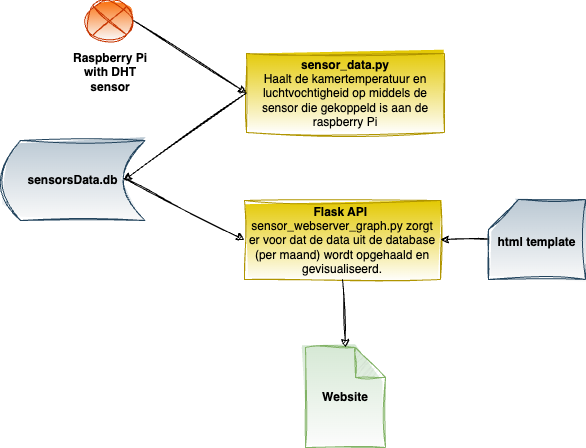
Before: img/setup.png, a diagram exported from draw.io (Nelleke20/service.sensor-data). Source tidied: cells renumbered, new cells last; positions are measured from the earlier drawing's top-left corner, leaving out a move shared by most shapes.
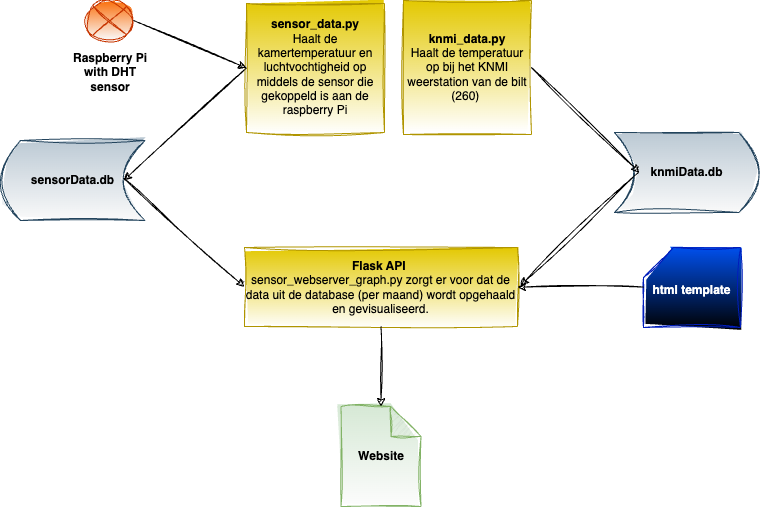
After the commit.

Change to the diagram source:
```diff
@@ -3,19 +3,19 @@
     <mxCell id="0" />
     <mxCell id="1" parent="0" />
     <mxCell id="2" value="&lt;b&gt;sensor_data.py&lt;/b&gt;&lt;br&gt;Haalt de kamertemperatuur en luchtvochtigheid op middels de sensor die gekoppeld is aan de raspberry Pi" style="rounded=0;whiteSpace=wrap;html=1;sketch=1;hachureGap=4;jiggle=2;curveFitting=1;fontFamily=Helvetica;fontSize=12;fillColor=#e3c800;strokeColor=#B09500;fontColor=#000000;gradientColor=#FFFFFF;" parent="1" vertex="1">
-      <mxGeometry x="246" y="53" width="198" height="79" as="geometry" />
+      <mxGeometry x="189" y="3" width="138" height="129" as="geometry" />
     </mxCell>
     <mxCell id="3" style="endArrow=classic;html=1;sketch=1;hachureGap=4;jiggle=2;curveFitting=1;fontFamily=Architects Daughter;fontSource=https%3A%2F%2Ffonts.googleapis.com%2Fcss%3Ffamily%3DArchitects%2BDaughter;fontSize=12;exitX=0;exitY=0.5;exitDx=0;exitDy=0;entryX=0.852;entryY=0.5;entryDx=0;entryDy=0;entryPerimeter=0;" parent="1" edge="1" source="2" target="4">
       <mxGeometry relative="1" as="geometry" />
     </mxCell>
-    <mxCell id="4" value="sensorsData.db" style="shape=dataStorage;whiteSpace=wrap;html=1;fixedSize=1;sketch=1;hachureGap=4;jiggle=2;curveFitting=1;fontFamily=Helvetica;fontSize=12;fillColor=#bac8d3;strokeColor=#23445d;fontStyle=1;gradientColor=#FAFAFA;" parent="1" vertex="1">
-      <mxGeometry y="140" width="144.5" height="80" as="geometry" />
+    <mxCell id="4" value="sensorData.db" style="shape=dataStorage;whiteSpace=wrap;html=1;fixedSize=1;sketch=1;hachureGap=4;jiggle=2;curveFitting=1;fontFamily=Helvetica;fontSize=12;fillColor=#bac8d3;strokeColor=#23445d;fontStyle=1;gradientColor=#FAFAFA;" parent="1" vertex="1">
+      <mxGeometry x="-57" y="140" width="144.5" height="80" as="geometry" />
     </mxCell>
     <mxCell id="5" style="shape=sumEllipse;perimeter=ellipsePerimeter;whiteSpace=wrap;html=1;backgroundOutline=1;sketch=1;hachureGap=4;jiggle=2;curveFitting=1;fontFamily=Helvetica;fontSize=12;fillColor=#fa6800;strokeColor=#C73500;fontColor=#000000;gradientColor=#FAFAFA;" parent="1" vertex="1">
-      <mxGeometry x="86" width="47" height="40" as="geometry" />
+      <mxGeometry x="29" width="47" height="40" as="geometry" />
     </mxCell>
     <mxCell id="6" value="Raspberry Pi with DHT sensor" style="text;html=1;strokeColor=none;fillColor=none;align=center;verticalAlign=middle;whiteSpace=wrap;rounded=0;sketch=1;hachureGap=4;jiggle=2;curveFitting=1;fontFamily=Helvetica;fontSize=12;fontStyle=1;" parent="1" vertex="1">
-      <mxGeometry x="69.5" y="57" width="80" height="30" as="geometry" />
+      <mxGeometry x="12.5" y="57" width="80" height="30" as="geometry" />
     </mxCell>
     <mxCell id="7" style="endArrow=classic;html=1;sketch=1;hachureGap=4;jiggle=2;curveFitting=1;fontFamily=Architects Daughter;fontSource=https%3A%2F%2Ffonts.googleapis.com%2Fcss%3Ffamily%3DArchitects%2BDaughter;fontSize=12;exitX=1;exitY=0.5;exitDx=0;exitDy=0;entryX=0;entryY=0.5;entryDx=0;entryDy=0;" parent="1" edge="1" source="5" target="2">
       <mxGeometry relative="1" as="geometry" />
@@ -24,21 +24,36 @@
       <mxGeometry relative="1" as="geometry" />
     </mxCell>
     <mxCell id="9" value="&lt;b&gt;Flask API&amp;nbsp;&lt;/b&gt;&lt;br&gt;sensor_webserver_graph.py zorgt er voor dat de data uit de database (per maand) wordt opgehaald en gevisualiseerd." style="rounded=0;whiteSpace=wrap;html=1;sketch=1;hachureGap=4;jiggle=2;curveFitting=1;fontFamily=Helvetica;fontSize=12;fillColor=#e3c800;strokeColor=#B09500;fontColor=#000000;gradientColor=#ffffff;" parent="1" vertex="1">
-      <mxGeometry x="244" y="200" width="196" height="79" as="geometry" />
+      <mxGeometry x="187" y="247" width="273" height="79" as="geometry" />
     </mxCell>
     <mxCell id="10" value="Website" style="shape=note;whiteSpace=wrap;html=1;backgroundOutline=1;darkOpacity=0.05;sketch=1;hachureGap=4;jiggle=2;curveFitting=1;fontFamily=Helvetica;fontSize=12;fillColor=#d5e8d4;strokeColor=#82b366;fontStyle=1;gradientColor=#FCFCFC;" parent="1" vertex="1">
-      <mxGeometry x="305" y="347" width="80" height="100" as="geometry" />
+      <mxGeometry x="283.5" y="406" width="80" height="100" as="geometry" />
     </mxCell>
     <mxCell id="11" style="endArrow=classic;html=1;sketch=1;hachureGap=4;jiggle=2;curveFitting=1;fontFamily=Architects Daughter;fontSource=https%3A%2F%2Ffonts.googleapis.com%2Fcss%3Ffamily%3DArchitects%2BDaughter;fontSize=12;exitX=0.5;exitY=1;exitDx=0;exitDy=0;entryX=0.5;entryY=0;entryDx=0;entryDy=0;entryPerimeter=0;" parent="1" edge="1" source="9" target="10">
       <mxGeometry relative="1" as="geometry" />
     </mxCell>
-    <mxCell id="12" value="&lt;font style=&quot;font-size: 12px;&quot;&gt;html template&lt;/font&gt;" style="shape=card;whiteSpace=wrap;html=1;sketch=1;hachureGap=4;jiggle=2;curveFitting=1;fontFamily=Helvetica;fontSize=20;fillColor=#bac8d3;strokeColor=#23445d;fontStyle=1;gradientColor=#FAFAFA;" parent="1" vertex="1">
-      <mxGeometry x="488" y="199" width="97" height="80" as="geometry" />
+    <mxCell id="12" value="&lt;font style=&quot;font-size: 12px;&quot;&gt;html template&lt;/font&gt;" style="shape=card;whiteSpace=wrap;html=1;sketch=1;hachureGap=4;jiggle=2;curveFitting=1;fontFamily=Helvetica;fontSize=20;fillColor=#0050ef;strokeColor=#001DBC;fontStyle=1;fontColor=#ffffff;gradientColor=default;" parent="1" vertex="1">
+      <mxGeometry x="586" y="247" width="97" height="80" as="geometry" />
     </mxCell>
-    <mxCell id="13" style="endArrow=classic;html=1;sketch=1;hachureGap=4;jiggle=2;curveFitting=1;fontFamily=Architects Daughter;fontSource=https%3A%2F%2Ffonts.googleapis.com%2Fcss%3Ffamily%3DArchitects%2BDaughter;fontSize=12;exitX=0.003;exitY=0.495;exitDx=0;exitDy=0;exitPerimeter=0;entryX=0.003;entryY=0.495;entryDx=0;entryDy=0;entryPerimeter=0;" parent="1" edge="1" source="12">
-      <mxGeometry relative="1" as="geometry">
-        <mxPoint x="440" y="239" as="targetPoint" />
-      </mxGeometry>
+    <mxCell id="13" style="endArrow=classic;html=1;sketch=1;hachureGap=4;jiggle=2;curveFitting=1;fontFamily=Architects Daughter;fontSource=https%3A%2F%2Ffonts.googleapis.com%2Fcss%3Ffamily%3DArchitects%2BDaughter;fontSize=12;exitX=0.003;exitY=0.495;exitDx=0;exitDy=0;exitPerimeter=0;entryX=1;entryY=0.5;entryDx=0;entryDy=0;" parent="1" edge="1" source="12" target="9">
+      <mxGeometry relative="1" as="geometry" />
     </mxCell>
+    <mxCell id="14" value="&lt;b&gt;knmi_data.py&lt;/b&gt;&lt;br&gt;Haalt de temperatuur op bij het KNMI weerstation van de bilt (260)&amp;nbsp;" style="rounded=0;whiteSpace=wrap;html=1;sketch=1;hachureGap=4;jiggle=2;curveFitting=1;fontFamily=Helvetica;fontSize=12;fillColor=#e3c800;strokeColor=#B09500;fontColor=#000000;gradientColor=#FFFFFF;" parent="1" vertex="1">
+      <mxGeometry x="346" width="128" height="134" as="geometry" />
+    </mxCell>
+    <mxCell id="15" value="knmiData.db" style="shape=dataStorage;whiteSpace=wrap;html=1;fixedSize=1;sketch=1;hachureGap=4;jiggle=2;curveFitting=1;fontFamily=Helvetica;fontSize=12;fillColor=#bac8d3;strokeColor=#23445d;fontStyle=1;gradientColor=#FAFAFA;flipH=1;" parent="1" vertex="1">
+      <mxGeometry x="557" y="132" width="144.5" height="80" as="geometry" />
+    </mxCell>
+    <mxCell id="16" style="endArrow=classic;html=1;sketch=1;hachureGap=4;jiggle=2;curveFitting=1;fontFamily=Architects Daughter;fontSource=https%3A%2F%2Ffonts.googleapis.com%2Fcss%3Ffamily%3DArchitects%2BDaughter;fontSize=12;exitX=1;exitY=0.5;exitDx=0;exitDy=0;" parent="1" edge="1" source="14">
+      <mxGeometry relative="1" as="geometry">
+        <mxPoint x="582" y="172" as="targetPoint" />
+      </mxGeometry>
+    </mxCell>
+    <mxCell id="17" style="endArrow=classic;html=1;sketch=1;hachureGap=4;jiggle=2;curveFitting=1;fontFamily=Architects Daughter;fontSource=https%3A%2F%2Ffonts.googleapis.com%2Fcss%3Ffamily%3DArchitects%2BDaughter;fontSize=12;exitX=0.854;exitY=0.473;exitDx=0;exitDy=0;exitPerimeter=0;" parent="1" edge="1">
+      <mxGeometry relative="1" as="geometry">
+        <mxPoint x="580.9" y="172" as="sourcePoint" />
+        <mxPoint x="463" y="285" as="targetPoint" />
+      </mxGeometry>
+    </mxCell>
   </root>
 </mxGraphModel>
```
